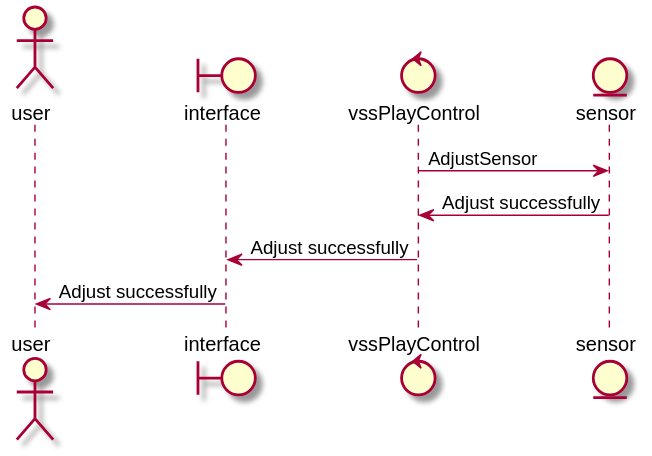
kpp19920121/doc keeps this PlantUML diagram as 需求定义和分析/SeqDiagram/adjustsensor.svg. Above is the earlier version.
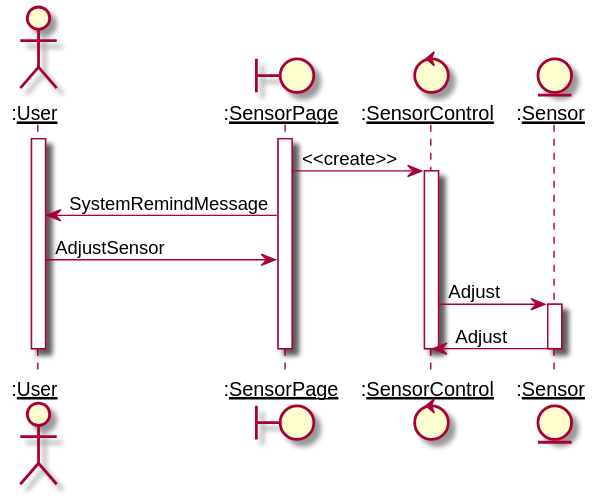
After the change.

Change to the diagram source:
```diff
@@ -1,11 +1,20 @@
 @startuml
-actor user
-boundary interface
-control vssPlayControl
-entity sensor
+actor ":__User__" as User
+boundary ":__SensorPage__" as SensorPage
+control ":__SensorControl__" as SensorControl
+entity ":__Sensor__" as Sensor
 
-vssPlayControl -> sensor: AdjustSensor
-sensor -> vssPlayControl: Adjust successfully
-vssPlayControl -> interface: Adjust successfully
-interface -> user: Adjust successfully
+activate User
+activate SensorPage
+SensorPage -> SensorControl: <<create>>
+activate SensorControl
+SensorPage -> User: SystemRemindMessage
+User -> SensorPage: AdjustSensor
+SensorControl -> Sensor: Adjust
+activate Sensor
+Sensor -> SensorControl: Adjust
+deactivate Sensor
+deactivate SensorControl
+deactivate SensorPage
+deactivate User
 @enduml
```
